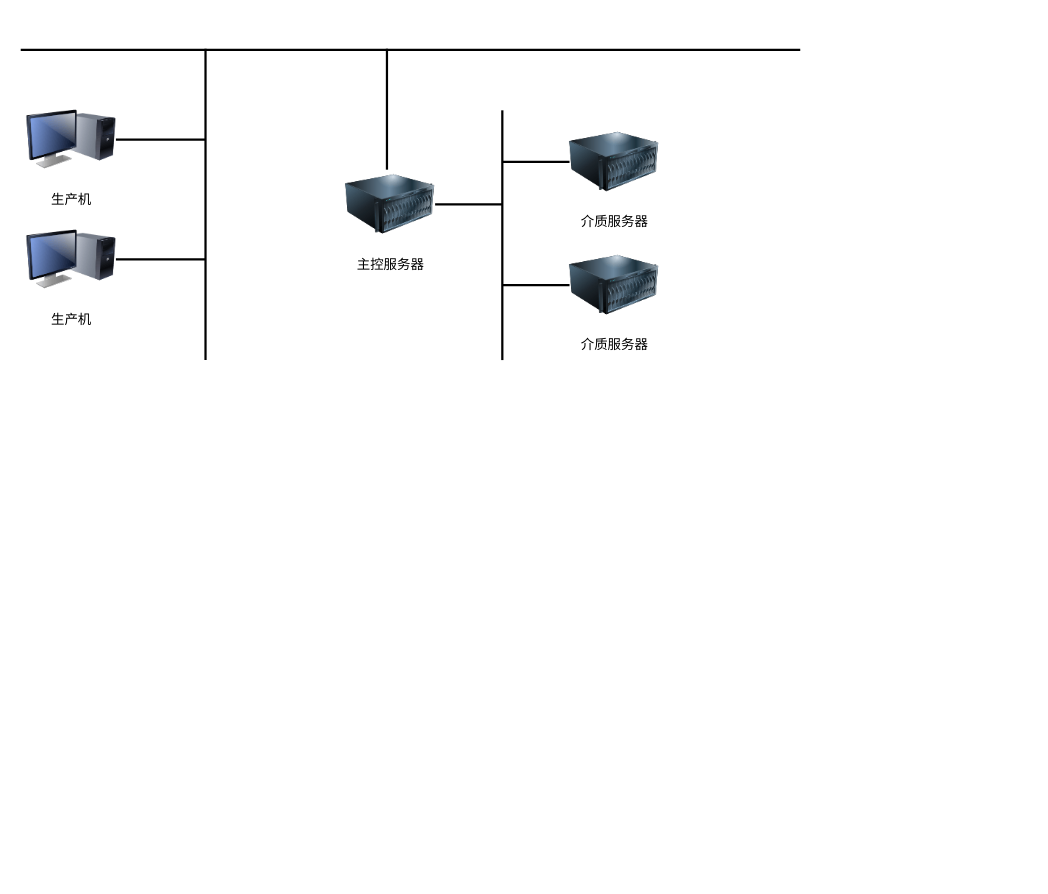
Earlier version of the draw.io diagram 1/Untitled Diagram.drawio (chenzhaoguo/05-LeetCode). Source tidied: cells renumbered, new cells numbered last; positions are measured from the earlier drawing's top-left corner, leaving out a move shared by most shapes. Both pictures are drawn from the tidied source at 112%, with x=0, y=0 at pixel (20, 35). Pictures stored in the file or linked from it are replaced by grey dashed boxes.
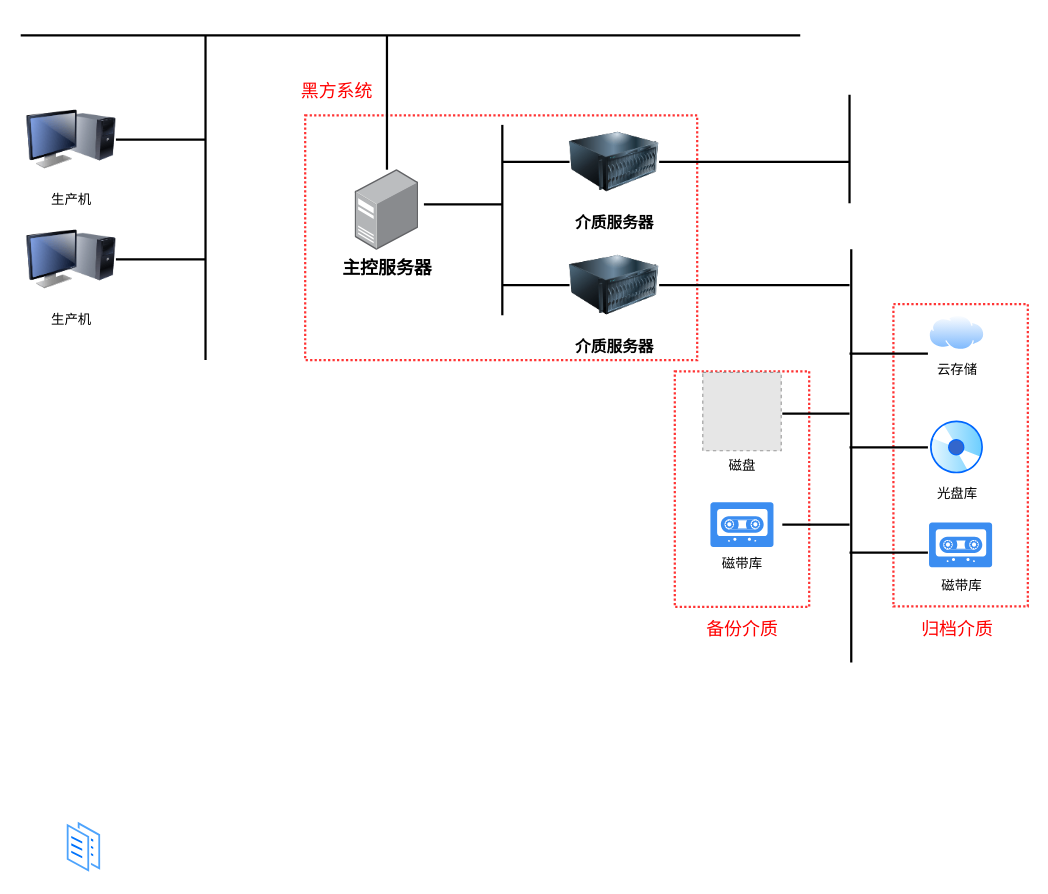
After the change.

Diff of the diagram source:
```diff
@@
+    <mxCell id="16" style="rounded=0;whiteSpace=wrap;html=1;labelBackgroundColor=none;fontSize=14;fillColor=none;fontColor=#333333;strokeColor=#FF3333;strokeWidth=2;dashed=1;dashPattern=1 1;" parent="1" vertex="1">
+      <mxGeometry x="779.2" y="240.1" width="120" height="269.9" as="geometry" />
+    </mxCell>
+    <mxCell id="17" style="rounded=0;whiteSpace=wrap;html=1;labelBackgroundColor=none;fontSize=14;fillColor=none;fontColor=#333333;strokeColor=#FF3333;strokeWidth=2;dashed=1;dashPattern=1 1;" parent="1" vertex="1">
+      <mxGeometry x="584" y="300" width="120" height="210.4" as="geometry" />
+    </mxCell>
+    <mxCell id="18" style="rounded=0;whiteSpace=wrap;html=1;labelBackgroundColor=none;fontSize=14;fillColor=none;fontColor=#333333;strokeColor=#FF3333;strokeWidth=2;dashed=1;dashPattern=1 1;" parent="1" vertex="1">
+      <mxGeometry x="254" y="71.6" width="350" height="218.4" as="geometry" />
+    </mxCell>
     <mxCell id="2" style="line;strokeWidth=2;html=1;" parent="1" vertex="1">
-      <mxGeometry width="696" height="26.2" as="geometry" />
+      <mxGeometry y="-13" width="696" height="26.2" as="geometry" />
     </mxCell>
     <mxCell id="3" style="line;strokeWidth=2;direction=north;html=1;" parent="1" vertex="1">
-      <mxGeometry x="160" y="12" width="10" height="278" as="geometry" />
+      <mxGeometry x="160" width="10" height="290" as="geometry" />
     </mxCell>
@@
     <mxCell id="8" style="line;strokeWidth=2;direction=north;html=1;" parent="1" vertex="1">
-      <mxGeometry x="322" y="12" width="10" height="108" as="geometry" />
+      <mxGeometry x="322" width="10" height="120" as="geometry" />
     </mxCell>
-    <mxCell id="9" value="主控服务器" style="image;html=1;image=img/lib/clip_art/computers/Server_128x128.png;" parent="1" vertex="1">
-      <mxGeometry x="290" y="111" width="80" height="80" as="geometry" />
-    </mxCell>
     <mxCell id="10" style="line;strokeWidth=2;html=1;" parent="1" vertex="1">
-      <mxGeometry x="370" y="137.9" width="60" height="26.2" as="geometry" />
+      <mxGeometry x="360" y="137.9" width="70" height="26.2" as="geometry" />
     </mxCell>
     <mxCell id="11" style="line;strokeWidth=2;direction=north;html=1;" parent="1" vertex="1">
-      <mxGeometry x="425" y="67" width="10" height="223" as="geometry" />
+      <mxGeometry x="425" y="80" width="10" height="170" as="geometry" />
     </mxCell>
@@
-    <mxCell id="14" value="介质服务器" style="image;html=1;image=img/lib/clip_art/computers/Server_128x128.png;" parent="1" vertex="1">
+    <mxCell id="14" value="介质服务器" style="image;html=1;image=img/lib/clip_art/computers/Server_128x128.png;fontSize=14;fontStyle=1;" parent="1" vertex="1">
       <mxGeometry x="490" y="73.1" width="80" height="80" as="geometry" />
     </mxCell>
-    <mxCell id="15" value="介质服务器" style="image;html=1;image=img/lib/clip_art/computers/Server_128x128.png;" parent="1" vertex="1">
+    <mxCell id="15" value="介质服务器" style="image;html=1;image=img/lib/clip_art/computers/Server_128x128.png;fontSize=14;fontStyle=1;" parent="1" vertex="1">
       <mxGeometry x="490" y="183.1" width="80" height="80" as="geometry" />
     </mxCell>
+    <mxCell id="19" style="line;strokeWidth=2;html=1;" parent="1" vertex="1">
+      <mxGeometry x="570" y="100" width="170" height="26.2" as="geometry" />
+    </mxCell>
+    <mxCell id="20" value="光盘库" style="perimeter=ellipsePerimeter;html=1;align=center;shadow=0;dashed=0;spacingTop=3;image;image=img/lib/active_directory/cd_dvd.svg;labelBackgroundColor=none;" parent="1" vertex="1">
+      <mxGeometry x="811" y="343" width="50" height="50" as="geometry" />
+    </mxCell>
+    <mxCell id="21" style="perimeter=ellipsePerimeter;html=1;align=center;shadow=0;dashed=0;spacingTop=3;image;image=img/lib/active_directory/documents.svg;labelBackgroundColor=#FF3399;" parent="1" vertex="1">
+      <mxGeometry x="40" y="700" width="33" height="50" as="geometry" />
+    </mxCell>
+    <mxCell id="22" value="云存储" style="perimeter=ellipsePerimeter;html=1;align=center;shadow=0;dashed=0;spacingTop=3;image;image=img/lib/active_directory/internet_cloud.svg;labelBackgroundColor=none;" parent="1" vertex="1">
+      <mxGeometry x="811" y="250" width="50" height="31.5" as="geometry" />
+    </mxCell>
+    <mxCell id="23" style="line;strokeWidth=2;html=1;" parent="1" vertex="1">
+      <mxGeometry x="570" y="210" width="170" height="26.2" as="geometry" />
+    </mxCell>
+    <mxCell id="24" style="line;strokeWidth=2;direction=north;html=1;" parent="1" vertex="1">
+      <mxGeometry x="735" y="191" width="13.1" height="369" as="geometry" />
+    </mxCell>
+    <mxCell id="25" style="line;strokeWidth=2;direction=north;html=1;" parent="1" vertex="1">
+      <mxGeometry x="735" y="53.1" width="10" height="96.9" as="geometry" />
+    </mxCell>
+    <mxCell id="26" style="sketch=0;html=1;strokeColor=none;shadow=0;align=center;verticalAlign=top;fillColor=#3B8DF1;shape=mxgraph.gcp2.tape_record;labelBackgroundColor=none;" parent="1" vertex="1">
+      <mxGeometry x="811" y="435" width="56.3" height="40" as="geometry" />
+    </mxCell>
+    <mxCell id="27" value="磁带库" style="text;html=1;align=center;verticalAlign=middle;strokeColor=none;fillColor=none;" parent="1" vertex="1">
+      <mxGeometry x="815" y="482" width="50" height="20" as="geometry" />
+    </mxCell>
+    <mxCell id="28" style="line;strokeWidth=2;html=1;" parent="1" vertex="1">
+      <mxGeometry x="740" y="271.2" width="70" height="26.2" as="geometry" />
+    </mxCell>
+    <mxCell id="29" style="line;strokeWidth=2;html=1;" parent="1" vertex="1">
+      <mxGeometry x="740" y="354.9" width="70" height="26.2" as="geometry" />
+    </mxCell>
+    <mxCell id="30" style="line;strokeWidth=2;html=1;" parent="1" vertex="1">
+      <mxGeometry x="740" y="448.8" width="70" height="26.2" as="geometry" />
+    </mxCell>
+    <mxCell id="31" value="磁盘" style="fillColor=#E6E6E6;strokeColor=#999999;dashed=1;html=1;verticalAlign=top;verticalLabelPosition=bottom;labelBackgroundColor=#ffffff;" parent="1" vertex="1">
+      <mxGeometry x="609" y="301" width="70" height="70" as="geometry" />
+    </mxCell>
+    <mxCell id="32" style="line;strokeWidth=2;html=1;" parent="1" vertex="1">
+      <mxGeometry x="680" y="324.8" width="60" height="26.2" as="geometry" />
+    </mxCell>
+    <mxCell id="33" style="line;strokeWidth=2;html=1;" parent="1" vertex="1">
+      <mxGeometry x="680" y="423.8" width="60" height="26.2" as="geometry" />
+    </mxCell>
+    <mxCell id="34" value="备份介质" style="text;html=1;align=center;verticalAlign=middle;strokeColor=none;fillColor=none;fontSize=16;fontColor=#FF0000;" parent="1" vertex="1">
+      <mxGeometry x="604" y="520" width="80" height="20" as="geometry" />
+    </mxCell>
+    <mxCell id="35" value="归档介质" style="text;html=1;align=center;verticalAlign=middle;strokeColor=none;fillColor=none;fontSize=16;fontColor=#FF0000;" parent="1" vertex="1">
+      <mxGeometry x="796" y="520" width="80" height="20" as="geometry" />
+    </mxCell>
+    <mxCell id="36" value="黑方系统" style="text;html=1;align=center;verticalAlign=middle;strokeColor=none;fillColor=none;fontSize=16;fontColor=#FF0000;" parent="1" vertex="1">
+      <mxGeometry x="242" y="40" width="80" height="20" as="geometry" />
+    </mxCell>
+    <mxCell id="9" value="主控服务器" style="html=1;align=center;shadow=0;dashed=0;image;image=img/lib/allied_telesis/computer_and_terminals/Server_Desktop.svg;dashPattern=1 1;labelBackgroundColor=none;fontSize=16;fontColor=#000000;strokeColor=#FF3333;strokeWidth=2;fillColor=none;fontStyle=1;" parent="1" vertex="1">
+      <mxGeometry x="298.6" y="120" width="56.8" height="72" as="geometry" />
+    </mxCell>
+    <mxCell id="37" style="sketch=0;html=1;strokeColor=none;shadow=0;align=center;verticalAlign=top;fillColor=#3B8DF1;shape=mxgraph.gcp2.tape_record;labelBackgroundColor=none;" parent="1" vertex="1">
+      <mxGeometry x="615.8" y="416.9" width="56.3" height="40" as="geometry" />
+    </mxCell>
+    <mxCell id="38" value="磁带库" style="text;html=1;align=center;verticalAlign=middle;strokeColor=none;fillColor=none;" parent="1" vertex="1">
+      <mxGeometry x="619" y="462" width="50" height="20" as="geometry" />
+    </mxCell>
```
